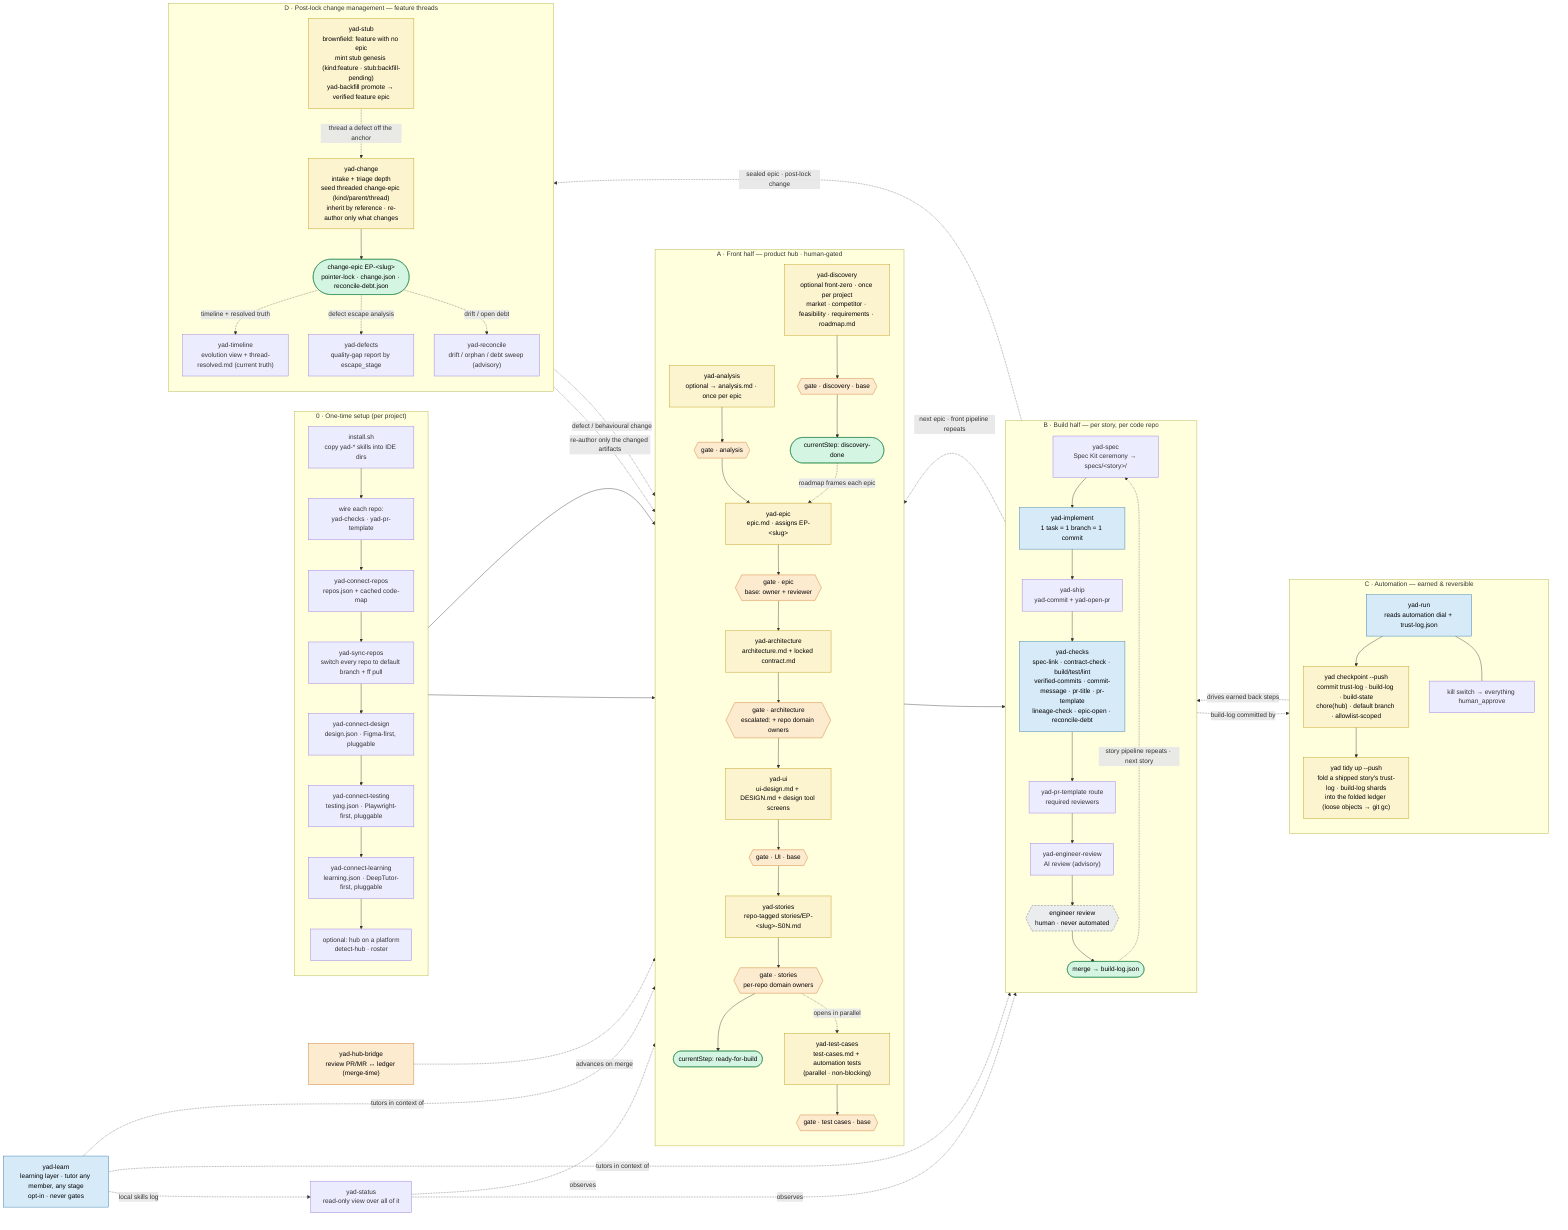
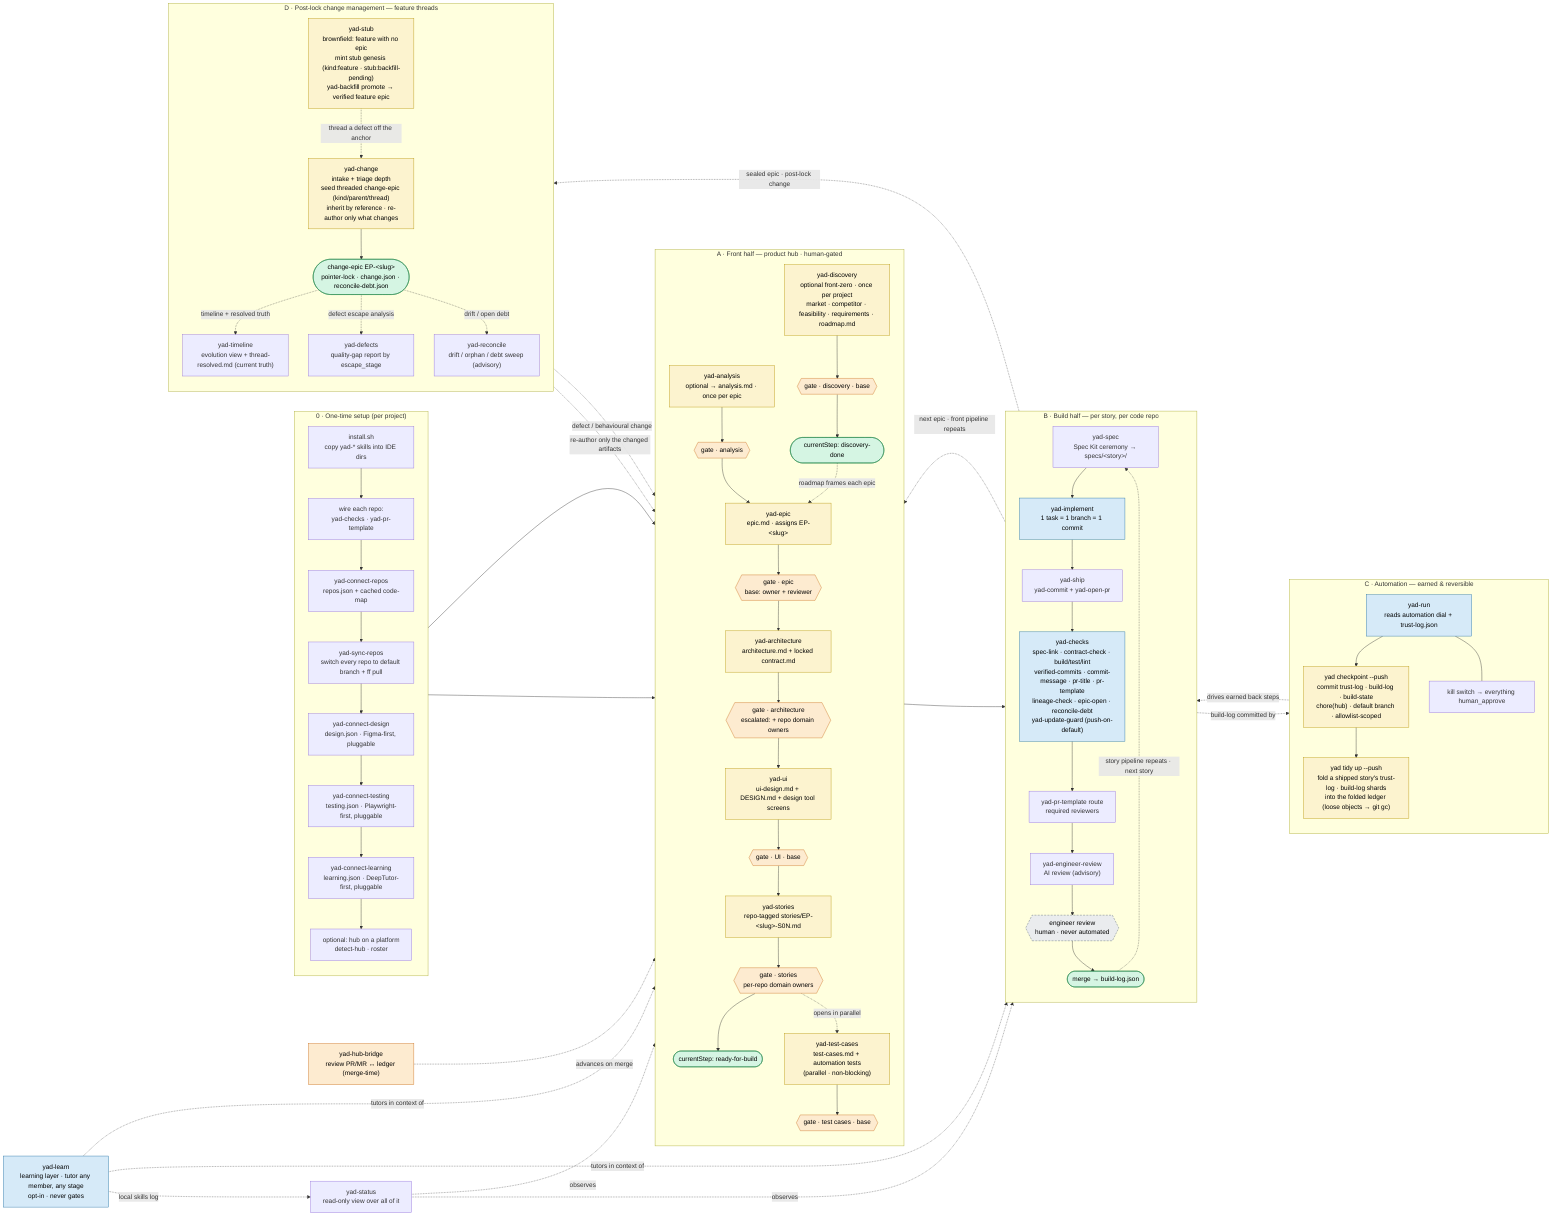
flowchart LR
    classDef gated fill:#fdebd0,stroke:#ca6f1e,color:#000
    classDef earns fill:#d6eaf8,stroke:#2471a3,color:#000
    classDef locked fill:#eaecee,stroke:#566573,color:#000,stroke-dasharray:5 3
    classDef artifact fill:#fcf3cf,stroke:#b7950b,color:#000
    classDef sentinel fill:#d5f5e3,stroke:#1e8449,color:#000

    subgraph SETUP["0 · One-time setup (per project)"]
      direction TB
      inst["install.sh<br/>copy yad-* skills into IDE dirs"]
      wire["wire each repo:<br/>yad-checks · yad-pr-template"]
      conn["yad-connect-repos<br/>repos.json + cached code-map"]
      sync["yad-sync-repos<br/>switch every repo to default branch + ff pull"]
      cdes["yad-connect-design<br/>design.json · Figma-first, pluggable"]
      ctest["yad-connect-testing<br/>testing.json · Playwright-first, pluggable"]
      clearn["yad-connect-learning<br/>learning.json · DeepTutor-first, pluggable"]
      phub["optional: hub on a platform<br/>detect-hub · roster"]
      inst --> wire --> conn --> sync --> cdes --> ctest --> clearn --> phub
    end

    subgraph FRONT["A · Front half — product hub · human-gated"]
      direction TB
      disc["yad-discovery<br/>optional front-zero · once per project<br/>market · competitor · feasibility · requirements · roadmap.md"]:::artifact
      gDisc{{"gate · discovery · base"}}:::gated
      dd(["currentStep: discovery-done"]):::sentinel
      disc --> gDisc --> dd
      an["yad-analysis<br/>optional → analysis.md · once per epic"]:::artifact
      ep["yad-epic<br/>epic.md · assigns EP-&lt;slug&gt;"]:::artifact
      ar["yad-architecture<br/>architecture.md + locked contract.md"]:::artifact
      ui["yad-ui<br/>ui-design.md + DESIGN.md + design tool screens"]:::artifact
      st["yad-stories<br/>repo-tagged stories/EP-&lt;slug&gt;-S0N.md"]:::artifact
      tc["yad-test-cases<br/>test-cases.md + automation tests<br/>(parallel · non-blocking)"]:::artifact
      gAn{{"gate · analysis"}}:::gated
      gEp{{"gate · epic<br/>base: owner + reviewer"}}:::gated
      gAr{{"gate · architecture<br/>escalated: + repo domain owners"}}:::gated
      gUi{{"gate · UI · base"}}:::gated
      gSt{{"gate · stories<br/>per-repo domain owners"}}:::gated
      gTc{{"gate · test cases · base"}}:::gated
      rfb(["currentStep: ready-for-build"]):::sentinel
      an --> gAn --> ep --> gEp --> ar --> gAr --> ui --> gUi --> st --> gSt --> rfb
      gSt -. opens in parallel .-> tc --> gTc
    end

    subgraph BUILD["B · Build half — per story, per code repo"]
      direction TB
      sp["yad-spec<br/>Spec Kit ceremony → specs/&lt;story&gt;/"]
      im["yad-implement<br/>1 task = 1 branch = 1 commit"]:::earns
      shp["yad-ship<br/>yad-commit + yad-open-pr"]
-       ck["yad-checks<br/>spec-link · contract-check · build/test/lint<br/>verified-commits · commit-message · pr-title · pr-template<br/>lineage-check · epic-open · reconcile-debt"]:::earns
+       ck["yad-checks<br/>spec-link · contract-check · build/test/lint<br/>verified-commits · commit-message · pr-title · pr-template<br/>lineage-check · epic-open · reconcile-debt<br/>yad-update-guard (push-on-default)"]:::earns
      prm["yad-pr-template route<br/>required reviewers"]
      air["yad-engineer-review<br/>AI review (advisory)"]
      eng{{"engineer review<br/>human · never automated"}}:::locked
      merged(["merge → build-log.json"]):::sentinel
      sp --> im --> shp --> ck --> prm --> air --> eng --> merged
    end

    subgraph AUTO["C · Automation — earned & reversible"]
      direction TB
      run["yad-run<br/>reads automation dial + trust-log.json"]:::earns
      cpt["yad checkpoint --push<br/>commit trust-log · build-log · build-state<br/>chore(hub) · default branch · allowlist-scoped"]:::artifact
      tdy["yad tidy up --push<br/>fold a shipped story's trust-log · build-log shards<br/>into the folded ledger (loose objects → git gc)"]:::artifact
      kill["kill switch → everything human_approve"]
      run --> cpt --> tdy
      run --- kill
    end

    subgraph THREAD["D · Post-lock change management — feature threads"]
      direction TB
      stub["yad-stub<br/>brownfield: feature with no epic<br/>mint stub genesis (kind:feature · stub:backfill-pending)<br/>yad-backfill promote → verified feature epic"]:::artifact
      chg["yad-change<br/>intake + triage depth<br/>seed threaded change-epic (kind/parent/thread)<br/>inherit by reference · re-author only what changes"]:::artifact
      cepic(["change-epic EP-&lt;slug&gt;<br/>pointer-lock · change.json · reconcile-debt.json"]):::sentinel
      tl["yad-timeline<br/>evolution view + thread-resolved.md (current truth)"]
      df["yad-defects<br/>quality-gap report by escape_stage"]
      rec["yad-reconcile<br/>drift / orphan / debt sweep (advisory)"]
      stub -. thread a defect off the anchor .-> chg
      chg --> cepic
      cepic -. timeline + resolved truth .-> tl
      cepic -. defect escape analysis .-> df
      cepic -. drift / open debt .-> rec
    end

    phub --> disc
    phub --> an
    dd -. roadmap frames each epic .-> ep
    rfb --> sp
    merged -. story pipeline repeats · next story .-> sp
    merged -. build-log committed by .-> cpt
    merged -. next epic · front pipeline repeats .-> ep
    merged -. sealed epic · post-lock change .-> chg
    cepic -. re-author only the changed artifacts .-> ar
    cepic -. defect / behavioural change .-> st
    run -. drives earned back steps .-> im
    bridge["yad-hub-bridge<br/>review PR/MR ↔ ledger (merge-time)"]:::gated
    bridge -. advances on merge .-> gEp
    status["yad-status<br/>read-only view over all of it"]
    status -. observes .-> FRONT
    status -. observes .-> BUILD
    learn["yad-learn<br/>learning layer · tutor any member, any stage<br/>opt-in · never gates"]:::earns
    learn -. tutors in context of .-> FRONT
    learn -. tutors in context of .-> BUILD
    learn -. local skills log .-> status
